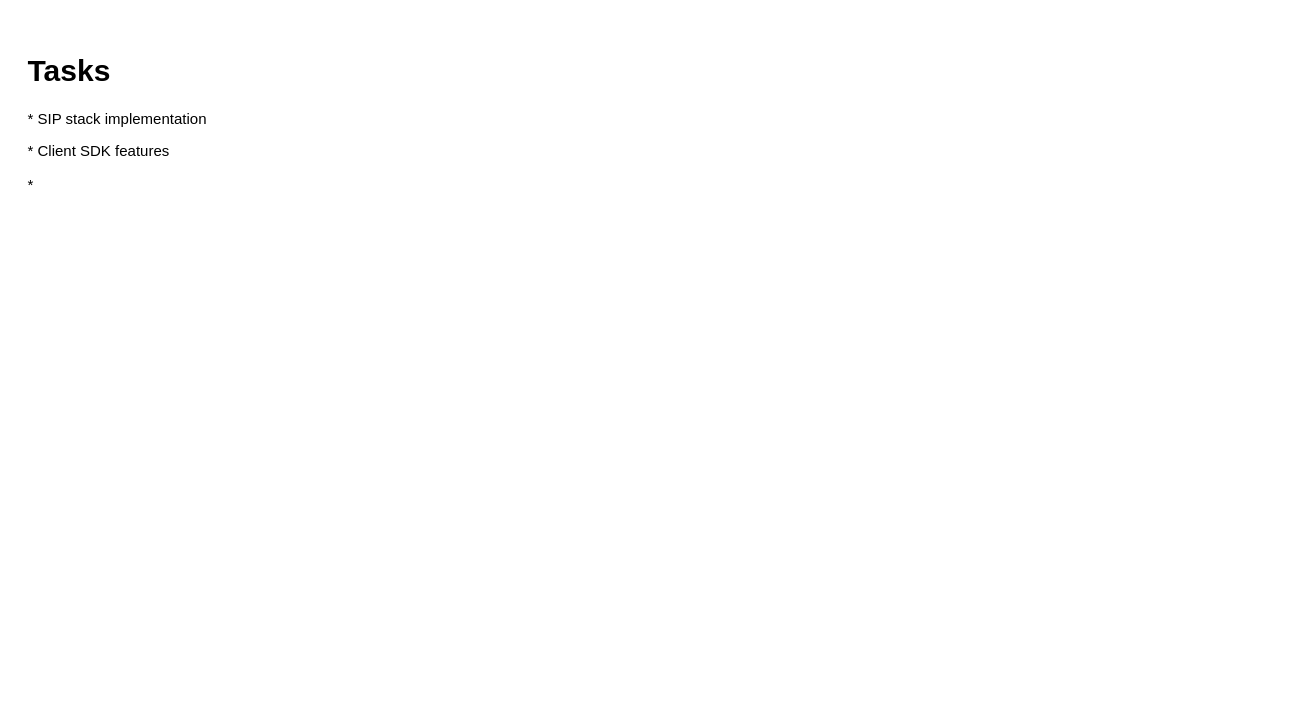
This is page "Tasks" (7 of 7) of callcenter-int/Başlıksız Diyagram.drawio from sezerdulger/drawio, a draw.io file, before an edit. Source tidied: cells renumbered, new cells numbered last; positions are measured from the earlier drawing's top-left corner, leaving out a move shared by most shapes. Both pictures are drawn from the tidied source at 125%, with x=0, y=0 at pixel (21, 46).
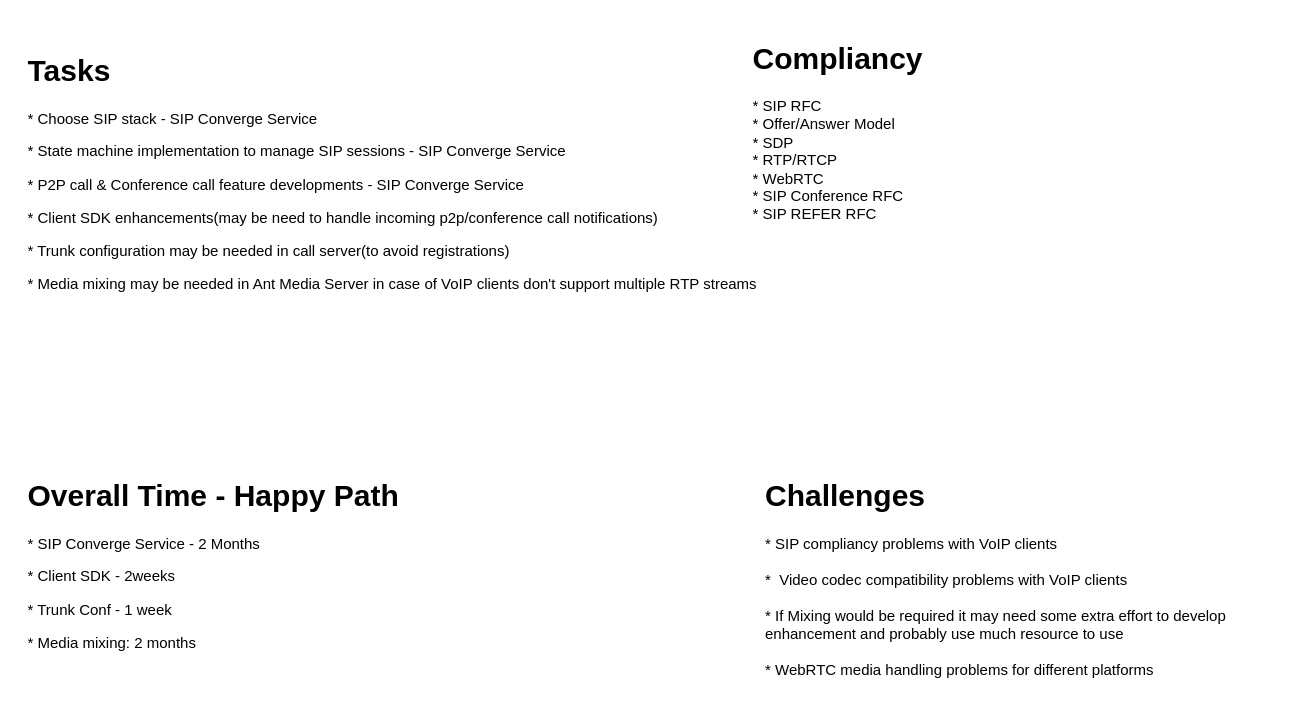
The same diagram, later.

Diff of the diagram source:
```diff
@@
 <mxGraphModel>
   <root>
     <mxCell id="0" />
     <mxCell id="1" parent="0" />
-    <mxCell id="2" value="&lt;h1&gt;Tasks&lt;/h1&gt;&lt;p&gt;* SIP stack implementation&lt;/p&gt;&lt;p&gt;* Client SDK features&lt;/p&gt;&lt;p&gt;*&amp;nbsp;&lt;/p&gt;" style="text;html=1;strokeColor=none;fillColor=none;spacing=5;spacingTop=-20;whiteSpace=wrap;overflow=hidden;rounded=0;fontSize=12;" parent="1" vertex="1">
-      <mxGeometry width="190" height="120" as="geometry" />
+    <mxCell id="2" value="&lt;h1&gt;Tasks&lt;/h1&gt;&lt;p&gt;&lt;span style=&quot;background-color: initial;&quot;&gt;* Choose SIP stack - SIP Converge Service&lt;/span&gt;&lt;br&gt;&lt;/p&gt;&lt;p&gt;* State machine implementation to manage SIP sessions - SIP Converge Service&lt;br&gt;&lt;/p&gt;&lt;p&gt;* P2P call &amp;amp; Conference call feature developments - SIP Converge Service&lt;/p&gt;&lt;p&gt;* Client SDK enhancements(may be need to handle incoming p2p/conference call notifications)&lt;/p&gt;&lt;p&gt;* Trunk configuration may be needed in call server(to avoid registrations)&lt;/p&gt;&lt;p&gt;* Media mixing may be needed in Ant Media Server in case of VoIP clients don't support multiple RTP streams&lt;/p&gt;&lt;p&gt;&lt;br&gt;&lt;/p&gt;&lt;p&gt;&lt;br&gt;&lt;/p&gt;" style="text;html=1;strokeColor=none;fillColor=none;spacing=5;spacingTop=-20;whiteSpace=wrap;overflow=hidden;rounded=0;fontSize=12;" parent="1" vertex="1">
+      <mxGeometry width="920" height="200" as="geometry" />
     </mxCell>
+    <mxCell id="3" value="&lt;h1&gt;Overall Time - Happy Path&amp;nbsp;&lt;/h1&gt;&lt;p&gt;* SIP Converge Service - 2 Months&lt;/p&gt;&lt;p&gt;* Client SDK - 2weeks&lt;/p&gt;&lt;p&gt;* Trunk Conf - 1 week&lt;/p&gt;&lt;p&gt;* Media mixing: 2 months&lt;/p&gt;" style="text;html=1;strokeColor=none;fillColor=none;spacing=5;spacingTop=-20;whiteSpace=wrap;overflow=hidden;rounded=0;fontSize=12;" parent="1" vertex="1">
+      <mxGeometry y="340" width="510" height="170" as="geometry" />
+    </mxCell>
+    <mxCell id="4" value="&lt;h1&gt;Challenges&lt;/h1&gt;&lt;div&gt;* SIP compliancy problems with VoIP clients&lt;/div&gt;&lt;div&gt;&lt;br&gt;&lt;/div&gt;&lt;div&gt;&lt;span style=&quot;background-color: initial;&quot;&gt;*&amp;nbsp; Video codec compatibility&amp;nbsp;problems with VoIP clients&lt;/span&gt;&lt;/div&gt;&lt;div&gt;&lt;span style=&quot;background-color: initial;&quot;&gt;&lt;br&gt;&lt;/span&gt;&lt;/div&gt;&lt;div&gt;&lt;span style=&quot;background-color: initial;&quot;&gt;* If Mixing would be required it may need some extra effort to develop&amp;nbsp;&lt;/span&gt;&lt;/div&gt;&lt;div&gt;&lt;span style=&quot;background-color: initial;&quot;&gt;enhancement and probably use much resource to use&lt;/span&gt;&lt;/div&gt;&lt;div&gt;&lt;span style=&quot;background-color: initial;&quot;&gt;&lt;br&gt;&lt;/span&gt;&lt;/div&gt;&lt;div&gt;&lt;span style=&quot;background-color: initial;&quot;&gt;* WebRTC media handling problems for different platforms&lt;/span&gt;&lt;/div&gt;" style="text;html=1;strokeColor=none;fillColor=none;spacing=5;spacingTop=-20;whiteSpace=wrap;overflow=hidden;rounded=0;fontSize=12;" parent="1" vertex="1">
+      <mxGeometry x="590" y="340" width="410" height="170" as="geometry" />
+    </mxCell>
+    <mxCell id="5" value="&lt;h1&gt;Compliancy&lt;/h1&gt;&lt;div&gt;* SIP RFC&lt;/div&gt;&lt;div&gt;* Offer/Answer Model&lt;/div&gt;&lt;div&gt;* SDP&lt;/div&gt;&lt;div&gt;* RTP/RTCP&lt;/div&gt;&lt;div&gt;* WebRTC&lt;/div&gt;&lt;div&gt;* SIP Conference RFC&lt;/div&gt;&lt;div&gt;* SIP REFER RFC&lt;/div&gt;" style="text;html=1;strokeColor=none;fillColor=none;spacing=5;spacingTop=-20;whiteSpace=wrap;overflow=hidden;rounded=0;fontSize=12;" parent="1" vertex="1">
+      <mxGeometry x="580" y="-10" width="410" height="170" as="geometry" />
+    </mxCell>
   </root>
 </mxGraphModel>
```
